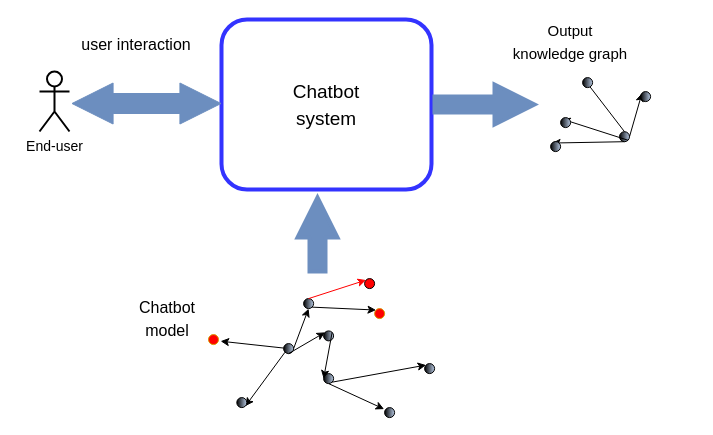
The draw.io diagram img/chatbot-system.drawio in petkorutesic/chatbots_KGSWC-2023, before the edit. Source tidied: cells renumbered, new cells numbered last; positions are measured from the earlier drawing's top-left corner, leaving out a move shared by most shapes. Both pictures are drawn from the tidied source at 100%, with x=0, y=0 at pixel (39, 19).
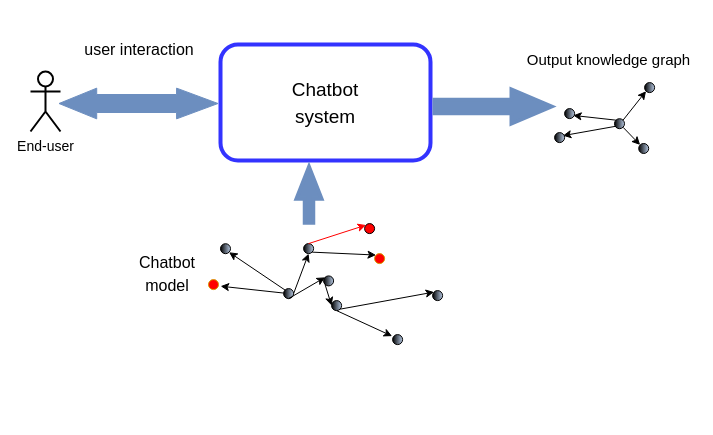
Above is the later version.

Change to the diagram source:
```diff
@@
     <mxCell id="2" value="&lt;font style=&quot;font-size: 19px;&quot;&gt;Chatbot&lt;br style=&quot;&quot;&gt;system&lt;/font&gt;" style="rounded=1;whiteSpace=wrap;html=1;strokeWidth=4;strokeColor=#3333FF;verticalAlign=middle;fontSize=22;" parent="1" vertex="1">
-      <mxGeometry x="182" width="210" height="170" as="geometry" />
+      <mxGeometry x="181" y="25" width="210" height="116" as="geometry" />
     </mxCell>
     <mxCell id="3" value="&lt;font style=&quot;font-size: 14px;&quot;&gt;End-user&lt;/font&gt;" style="shape=umlActor;verticalLabelPosition=bottom;verticalAlign=top;html=1;strokeWidth=2;" parent="1" vertex="1">
-      <mxGeometry y="52" width="30" height="60" as="geometry" />
+      <mxGeometry x="-9" y="52" width="30" height="60" as="geometry" />
     </mxCell>
-    <mxCell id="4" style="html=1;shadow=0;dashed=0;align=center;verticalAlign=middle;shape=mxgraph.arrows2.arrow;dy=0.6;dx=40;notch=0;strokeColor=#6C8EBF;strokeWidth=4;fontSize=14;fillColor=#6C8EBF;rotation=270;" parent="1" vertex="1">
-      <mxGeometry x="241" y="195" width="74" height="40" as="geometry" />
+    <mxCell id="4" style="html=1;shadow=0;dashed=0;align=center;verticalAlign=middle;shape=mxgraph.arrows2.arrow;dy=0.66;dx=31.66;notch=0;strokeColor=#6C8EBF;strokeWidth=4;fontSize=14;fillColor=#6C8EBF;rotation=270;" parent="1" vertex="1">
+      <mxGeometry x="241.6" y="162.9" width="55.8" height="25" as="geometry" />
     </mxCell>
     <mxCell id="5" value="&lt;font style=&quot;font-size: 16px;&quot;&gt;Chatbot model&lt;/font&gt;" style="text;html=1;strokeColor=none;fillColor=none;align=center;verticalAlign=middle;whiteSpace=wrap;rounded=0;strokeWidth=2;fontSize=19;" parent="1" vertex="1">
-      <mxGeometry x="98" y="284.1" width="60" height="30" as="geometry" />
+      <mxGeometry x="98" y="239.1" width="60" height="30" as="geometry" />
     </mxCell>
     <mxCell id="6" style="html=1;shadow=0;dashed=0;align=center;verticalAlign=middle;shape=mxgraph.arrows2.arrow;dy=0.6;dx=40;notch=0;strokeColor=#6C8EBF;strokeWidth=4;fontSize=14;fillColor=#6C8EBF;" parent="1" vertex="1">
-      <mxGeometry x="395" y="65" width="100" height="40" as="geometry" />
+      <mxGeometry x="395" y="70" width="117" height="34" as="geometry" />
     </mxCell>
     <mxCell id="7" style="graphMlID=n17;gradientDirection=east;shape=mxgraph.flowchart.start_1;fillColor=#000000;gradientColor=#b7c9e3;strokeColor=#000000;strokeWidth=1.0;" parent="1" vertex="1">
-      <mxGeometry x="244.1" y="324.1" width="10" height="10" as="geometry" />
+      <mxGeometry x="244.1" y="269.1" width="10" height="10" as="geometry" />
     </mxCell>
     <mxCell id="8" style="graphMlID=e26;rounded=0;endArrow=classic;strokeColor=#000000;strokeWidth=1.0;startArrow=none;startFill=1;endFill=1;" parent="1" edge="1" source="7">
       <mxGeometry relative="1" as="geometry">
-        <mxPoint x="181.1" y="321.7" as="targetPoint" />
+        <mxPoint x="181.1" y="266.7" as="targetPoint" />
       </mxGeometry>
     </mxCell>
-    <mxCell id="9" style="graphMlID=e28;rounded=0;endArrow=classic;strokeColor=#000000;strokeWidth=1.0;startArrow=none;startFill=1;endFill=1;exitX=0.145;exitY=0.855;exitDx=0;exitDy=0;exitPerimeter=0;entryX=0.855;entryY=0.855;entryDx=0;entryDy=0;entryPerimeter=0;" parent="1" edge="1" source="7" target="24">
+    <mxCell id="9" style="graphMlID=e28;rounded=0;endArrow=classic;strokeColor=#000000;strokeWidth=1.0;startArrow=none;startFill=1;endFill=1;exitX=0.145;exitY=0.145;exitDx=0;exitDy=0;exitPerimeter=0;entryX=0.855;entryY=0.855;entryDx=0;entryDy=0;entryPerimeter=0;" parent="1" edge="1" source="7" target="24">
       <mxGeometry relative="1" as="geometry" />
     </mxCell>
@@
     <mxCell id="11" style="graphMlID=n17;gradientDirection=east;shape=mxgraph.flowchart.start_1;fillColor=#000000;gradientColor=#b7c9e3;strokeColor=#000000;strokeWidth=1.0;" parent="1" vertex="1">
-      <mxGeometry x="284.1" y="311.4" width="10" height="10" as="geometry" />
+      <mxGeometry x="284.1" y="256.4" width="10" height="10" as="geometry" />
     </mxCell>
     <mxCell id="12" style="graphMlID=n17;gradientDirection=east;shape=mxgraph.flowchart.start_1;fillColor=#000000;gradientColor=#b7c9e3;strokeColor=#000000;strokeWidth=1.0;" parent="1" vertex="1">
-      <mxGeometry x="284.1" y="354.1" width="10" height="10" as="geometry" />
+      <mxGeometry x="292.1" y="281.1" width="10" height="10" as="geometry" />
     </mxCell>
     <mxCell id="13" style="endArrow=classic;html=1;exitX=0.5;exitY=1;exitDx=0;exitDy=0;exitPerimeter=0;entryX=0.145;entryY=0.145;entryDx=0;entryDy=0;entryPerimeter=0;" parent="1" edge="1" source="12">
       <mxGeometry relative="1" as="geometry">
-        <mxPoint x="344.6" y="389.6" as="targetPoint" />
+        <mxPoint x="352.6" y="316.6" as="targetPoint" />
       </mxGeometry>
     </mxCell>
     <mxCell id="14" style="graphMlID=n17;gradientDirection=east;shape=mxgraph.flowchart.start_1;fillColor=#000000;gradientColor=#b7c9e3;strokeColor=#000000;strokeWidth=1.0;" parent="1" vertex="1">
-      <mxGeometry x="345.1" y="388.1" width="10" height="10" as="geometry" />
+      <mxGeometry x="353.1" y="315.1" width="10" height="10" as="geometry" />
     </mxCell>
-    <mxCell id="15" style="endArrow=classic;html=1;exitX=0.855;exitY=0.145;exitDx=0;exitDy=0;exitPerimeter=0;entryX=0;entryY=0.5;entryDx=0;entryDy=0;entryPerimeter=0;" parent="1" edge="1" source="11" target="12">
+    <mxCell id="15" style="endArrow=classic;html=1;exitX=0.145;exitY=0.855;exitDx=0;exitDy=0;exitPerimeter=0;entryX=0;entryY=0.5;entryDx=0;entryDy=0;entryPerimeter=0;" parent="1" edge="1" source="11" target="12">
       <mxGeometry relative="1" as="geometry" />
     </mxCell>
@@
     <mxCell id="17" style="graphMlID=n17;gradientDirection=east;shape=mxgraph.flowchart.start_1;fillColor=#000000;gradientColor=#b7c9e3;strokeColor=#000000;strokeWidth=1.0;" parent="1" vertex="1">
-      <mxGeometry x="385.1" y="344.1" width="10" height="10" as="geometry" />
+      <mxGeometry x="393.1" y="271.1" width="10" height="10" as="geometry" />
     </mxCell>
     <mxCell id="18" style="graphMlID=n17;gradientDirection=east;shape=mxgraph.flowchart.start_1;fillColor=#000000;gradientColor=#b7c9e3;strokeColor=#000000;strokeWidth=1.0;" parent="1" vertex="1">
-      <mxGeometry x="264.1" y="279.1" width="10" height="10" as="geometry" />
+      <mxGeometry x="264.1" y="224.1" width="10" height="10" as="geometry" />
     </mxCell>
@@
     <mxCell id="20" style="graphMlID=n17;gradientDirection=east;shape=mxgraph.flowchart.start_1;fillColor=#FF0000;gradientColor=none;strokeColor=#000000;strokeWidth=1.0;" parent="1" vertex="1">
-      <mxGeometry x="325.1" y="259.1" width="10" height="10" as="geometry" />
+      <mxGeometry x="325.1" y="204.1" width="10" height="10" as="geometry" />
     </mxCell>
@@
     <mxCell id="22" style="graphMlID=n17;gradientDirection=east;shape=mxgraph.flowchart.start_1;fillColor=#FF0000;gradientColor=none;strokeColor=#d79b00;strokeWidth=1.0;" parent="1" vertex="1">
-      <mxGeometry x="335.1" y="289.1" width="10" height="10" as="geometry" />
+      <mxGeometry x="335.1" y="234.1" width="10" height="10" as="geometry" />
     </mxCell>
@@
     <mxCell id="24" style="graphMlID=n17;gradientDirection=east;shape=mxgraph.flowchart.start_1;fillColor=#000000;gradientColor=#b7c9e3;strokeColor=#000000;strokeWidth=1.0;" parent="1" vertex="1">
-      <mxGeometry x="197.3" y="378.1" width="10" height="10" as="geometry" />
+      <mxGeometry x="181" y="224.2" width="10" height="10" as="geometry" />
     </mxCell>
     <mxCell id="25" style="graphMlID=n17;gradientDirection=east;shape=mxgraph.flowchart.start_1;fillColor=#FF0000;gradientColor=none;strokeColor=#d79b00;strokeWidth=1.0;" parent="1" vertex="1">
-      <mxGeometry x="169" y="315.1" width="10" height="10" as="geometry" />
+      <mxGeometry x="169" y="260.1" width="10" height="10" as="geometry" />
     </mxCell>
     <mxCell id="26" style="graphMlID=n17;gradientDirection=east;shape=mxgraph.flowchart.start_1;fillColor=#000000;gradientColor=#b7c9e3;strokeColor=#000000;strokeWidth=1.0;" parent="1" vertex="1">
-      <mxGeometry x="580" y="112.2" width="10" height="10" as="geometry" />
+      <mxGeometry x="575" y="99.2" width="10" height="10" as="geometry" />
     </mxCell>
-    <mxCell id="27" style="endArrow=classic;html=1;exitX=0.5;exitY=1;exitDx=0;exitDy=0;exitPerimeter=0;entryX=0.145;entryY=0.145;entryDx=0;entryDy=0;entryPerimeter=0;" parent="1" edge="1" source="26" target="28">
+    <mxCell id="27" style="endArrow=classic;html=1;exitX=0.111;exitY=0.76;exitDx=0;exitDy=0;exitPerimeter=0;entryX=0.822;entryY=0.308;entryDx=0;entryDy=0;entryPerimeter=0;" parent="1" edge="1" source="26" target="28">
       <mxGeometry relative="1" as="geometry" />
     </mxCell>
     <mxCell id="28" style="graphMlID=n17;gradientDirection=east;shape=mxgraph.flowchart.start_1;fillColor=#000000;gradientColor=#b7c9e3;strokeColor=#000000;strokeWidth=1.0;" parent="1" vertex="1">
-      <mxGeometry x="511.1" y="122.1" width="10" height="10" as="geometry" />
+      <mxGeometry x="515.1" y="113.1" width="10" height="10" as="geometry" />
     </mxCell>
-    <mxCell id="29" style="endArrow=classic;html=1;exitX=0.5;exitY=0;exitDx=0;exitDy=0;exitPerimeter=0;entryX=0.145;entryY=0.145;entryDx=0;entryDy=0;entryPerimeter=0;" parent="1" edge="1" source="26" target="30">
+    <mxCell id="29" style="endArrow=classic;html=1;entryX=0.145;entryY=0.145;entryDx=0;entryDy=0;entryPerimeter=0;exitX=0.855;exitY=0.855;exitDx=0;exitDy=0;exitPerimeter=0;" parent="1" edge="1" source="26" target="30">
       <mxGeometry relative="1" as="geometry" />
     </mxCell>
     <mxCell id="30" style="graphMlID=n17;gradientDirection=east;shape=mxgraph.flowchart.start_1;fillColor=#000000;gradientColor=#b7c9e3;strokeColor=#000000;strokeWidth=1.0;" parent="1" vertex="1">
-      <mxGeometry x="543.1" y="58.1" width="10" height="10" as="geometry" />
+      <mxGeometry x="599.2" y="124" width="10" height="10" as="geometry" />
     </mxCell>
-    <mxCell id="31" style="endArrow=classic;html=1;exitX=0.855;exitY=0.855;exitDx=0;exitDy=0;exitPerimeter=0;entryX=0.145;entryY=0.145;entryDx=0;entryDy=0;entryPerimeter=0;" parent="1" edge="1" source="26" target="32">
+    <mxCell id="31" style="endArrow=classic;html=1;exitX=0.145;exitY=0.145;exitDx=0;exitDy=0;exitPerimeter=0;entryX=0.851;entryY=0.681;entryDx=0;entryDy=0;entryPerimeter=0;" parent="1" edge="1" source="26" target="32">
       <mxGeometry relative="1" as="geometry" />
     </mxCell>
     <mxCell id="32" style="graphMlID=n17;gradientDirection=east;shape=mxgraph.flowchart.start_1;fillColor=#000000;gradientColor=#b7c9e3;strokeColor=#000000;strokeWidth=1.0;" parent="1" vertex="1">
-      <mxGeometry x="521.1" y="98.1" width="10" height="10" as="geometry" />
+      <mxGeometry x="525.1" y="89.1" width="10" height="10" as="geometry" />
     </mxCell>
-    <mxCell id="33" style="endArrow=classic;html=1;exitX=1;exitY=0.5;exitDx=0;exitDy=0;exitPerimeter=0;entryX=0.145;entryY=0.145;entryDx=0;entryDy=0;entryPerimeter=0;" parent="1" edge="1" source="26" target="34">
+    <mxCell id="33" style="endArrow=classic;html=1;exitX=0.855;exitY=0.145;exitDx=0;exitDy=0;exitPerimeter=0;entryX=0.145;entryY=0.855;entryDx=0;entryDy=0;entryPerimeter=0;" parent="1" edge="1" source="26" target="34">
       <mxGeometry relative="1" as="geometry" />
     </mxCell>
     <mxCell id="34" style="graphMlID=n17;gradientDirection=east;shape=mxgraph.flowchart.start_1;fillColor=#000000;gradientColor=#b7c9e3;strokeColor=#000000;strokeWidth=1.0;" parent="1" vertex="1">
-      <mxGeometry x="601.1" y="72.1" width="10" height="10" as="geometry" />
+      <mxGeometry x="605.1" y="63.1" width="10" height="10" as="geometry" />
     </mxCell>
     <mxCell id="35" value="&lt;font style=&quot;font-size: 15px;&quot;&gt;Output knowledge graph&lt;/font&gt;" style="text;html=1;strokeColor=none;fillColor=none;align=center;verticalAlign=middle;whiteSpace=wrap;rounded=0;strokeWidth=2;fontSize=19;" parent="1" vertex="1">
-      <mxGeometry x="471" y="7" width="120.1" height="30" as="geometry" />
+      <mxGeometry x="483" y="25" width="173" height="30" as="geometry" />
     </mxCell>
-    <mxCell id="36" style="shape=flexArrow;endArrow=classic;startArrow=classic;html=1;rounded=0;fillColor=#6C8EBF;strokeColor=#6C8EBF;width=20;endSize=13.358333333333334;startSize=13.358333333333334;" parent="1" edge="1">
+    <mxCell id="36" style="shape=flexArrow;endArrow=classic;startArrow=classic;html=1;rounded=0;fillColor=#6C8EBF;strokeColor=#6C8EBF;width=18;endSize=13.477142857142857;startSize=12.237142857142857;startWidth=11.714285714285714;endWidth=11.714285714285714;" parent="1" edge="1">
       <mxGeometry relative="1" as="geometry">
-        <mxPoint x="32" y="84" as="sourcePoint" />
-        <mxPoint x="182" y="84" as="targetPoint" />
+        <mxPoint x="19" y="84" as="sourcePoint" />
+        <mxPoint x="179" y="84" as="targetPoint" />
       </mxGeometry>
     </mxCell>
     <mxCell id="37" value="&lt;font style=&quot;font-size: 16px;&quot;&gt;user interaction&lt;/font&gt;" style="text;html=1;strokeColor=none;fillColor=none;align=center;verticalAlign=middle;whiteSpace=wrap;rounded=0;strokeWidth=2;fontSize=19;" parent="1" vertex="1">
-      <mxGeometry x="32" y="10" width="130" height="30" as="geometry" />
+      <mxGeometry x="35" y="15" width="130" height="30" as="geometry" />
     </mxCell>
```
